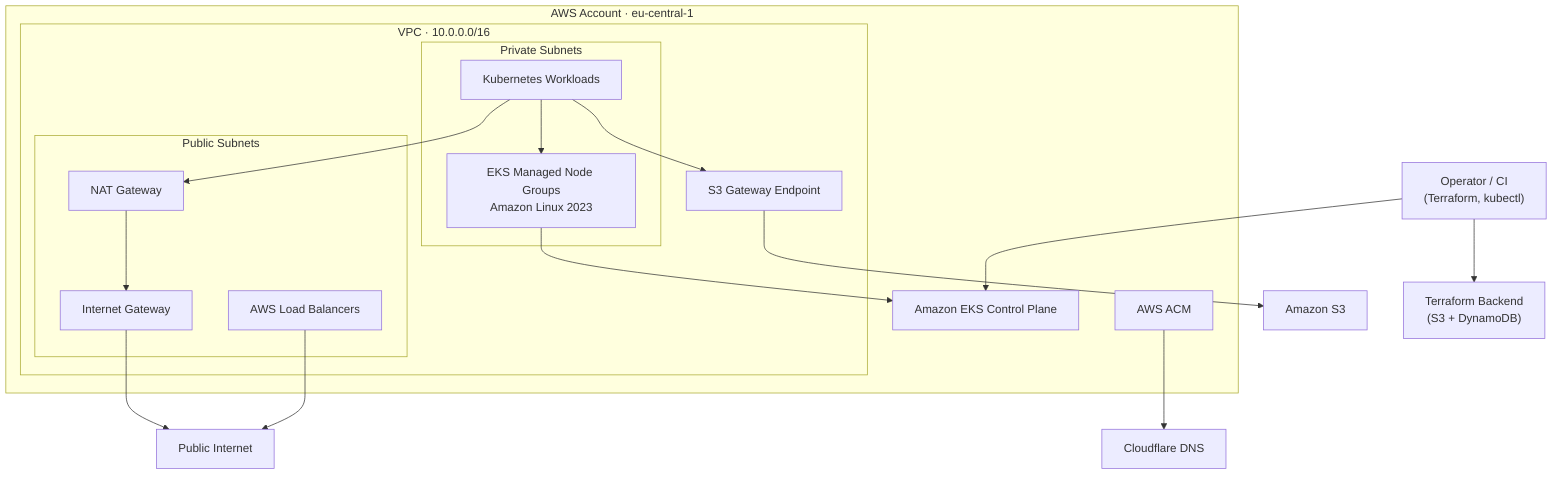
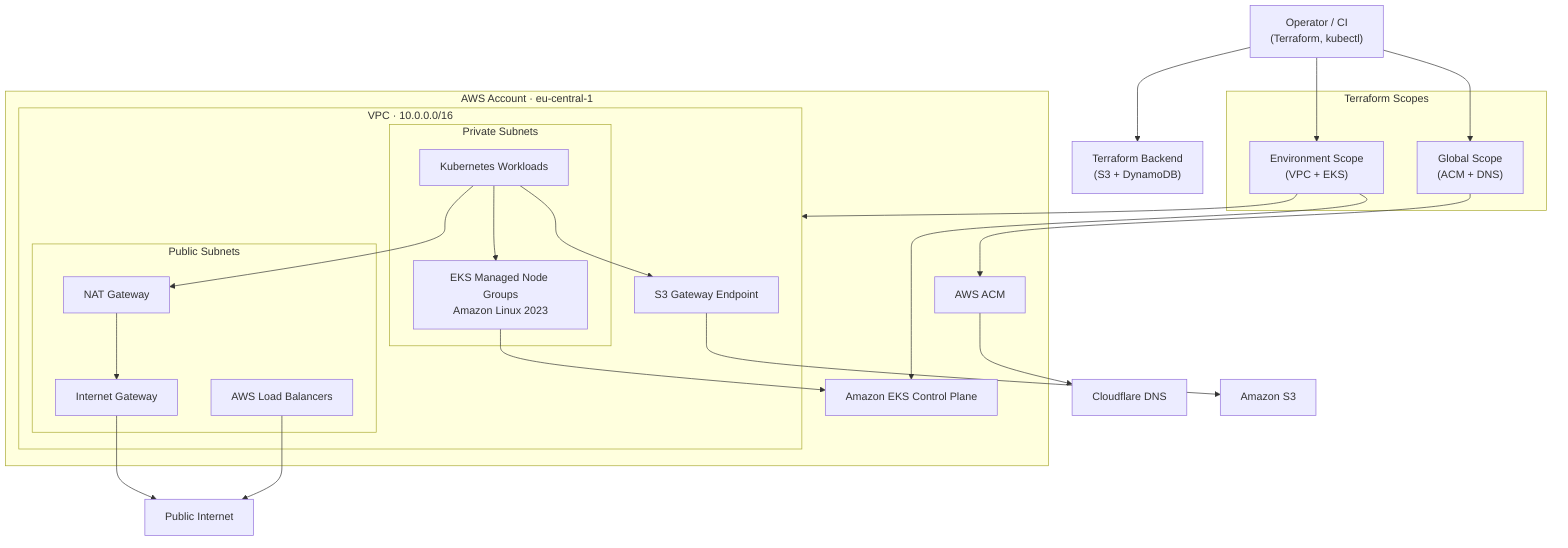
flowchart TB
  Operator["Operator / CI<br/>(Terraform, kubectl)"]
+ 
+   subgraph TF["Terraform Scopes"]
+     Global["Global Scope<br/>(ACM + DNS)"]
+     Env["Environment Scope<br/>(VPC + EKS)"]
+   end

  subgraph AWS["AWS Account · eu-central-1"]
    subgraph VPC["VPC · 10.0.0.0/16"]

      subgraph Public["Public Subnets"]
        IGW["Internet Gateway"]
        NAT["NAT Gateway"]
        ALB["AWS Load Balancers"]
      end

      subgraph Private["Private Subnets"]
        Nodes["EKS Managed Node Groups<br/>Amazon Linux 2023"]
        Pods["Kubernetes Workloads"]
      end

      S3EP["S3 Gateway Endpoint"]
    end

    EKS["Amazon EKS Control Plane"]
    ACM["AWS ACM"]
  end

  CF["Cloudflare DNS"]
  S3["Amazon S3"]
  TFSTATE["Terraform Backend<br/>(S3 + DynamoDB)"]
  Internet["Public Internet"]

  Operator --> TFSTATE
-   Operator --> EKS
+   Operator --> Global
+   Operator --> Env
+ 
+   Env --> VPC
+   Env --> EKS

  Nodes --> EKS
  Pods --> Nodes

  Pods --> NAT --> IGW --> Internet
  Pods --> S3EP --> S3

+   Global --> ACM
  ACM --> CF
+ 
  ALB --> Internet
